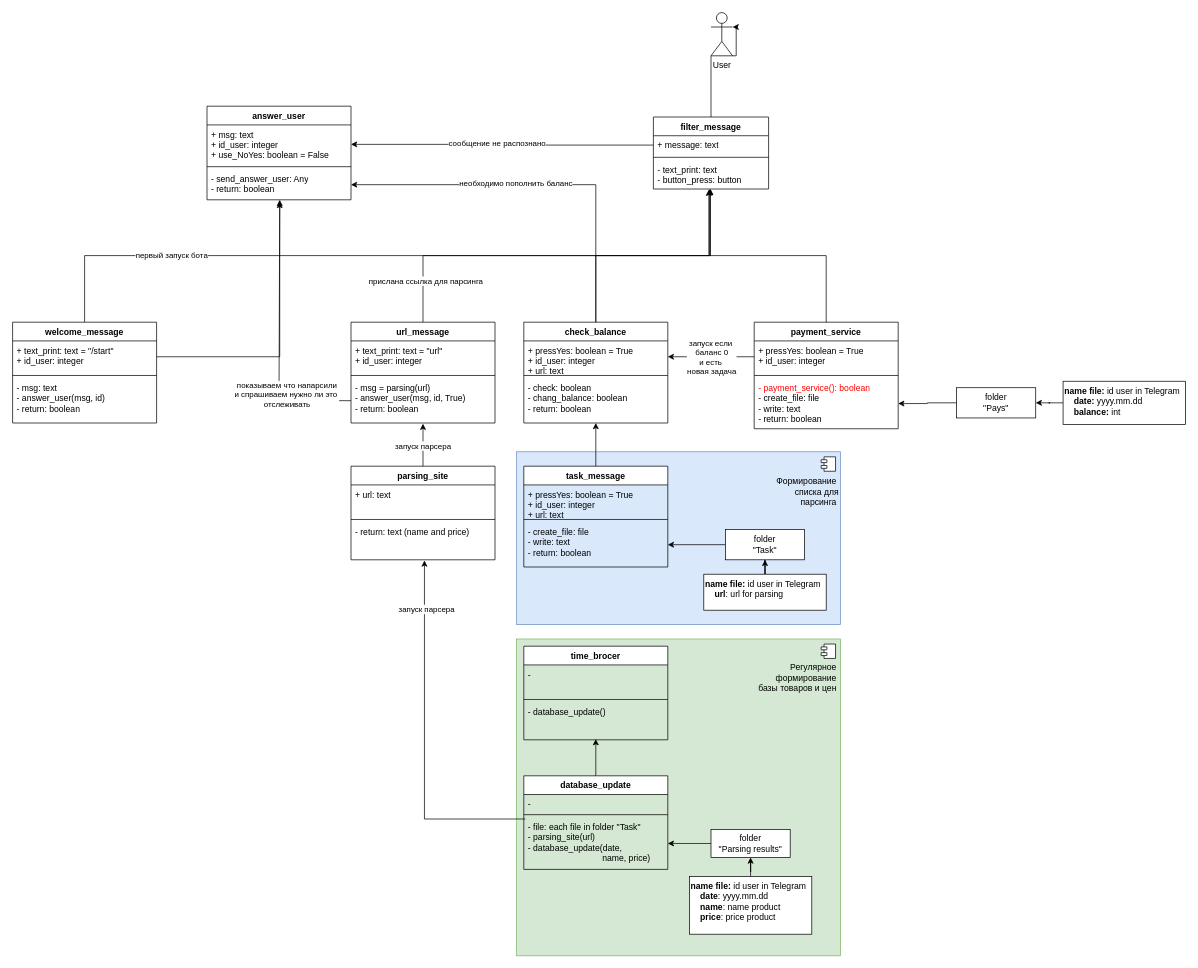
The draw.io diagram Functions for Telegram chatbot.drawio in Arnoldig/Coursemc_final_work, before the edit. Source tidied: cells renumbered, new cells numbered last; positions are measured from the earlier drawing's top-left corner, leaving out a move shared by most shapes. Both pictures are drawn from the tidied source at 72%, with x=0, y=0 at pixel (12, 12).
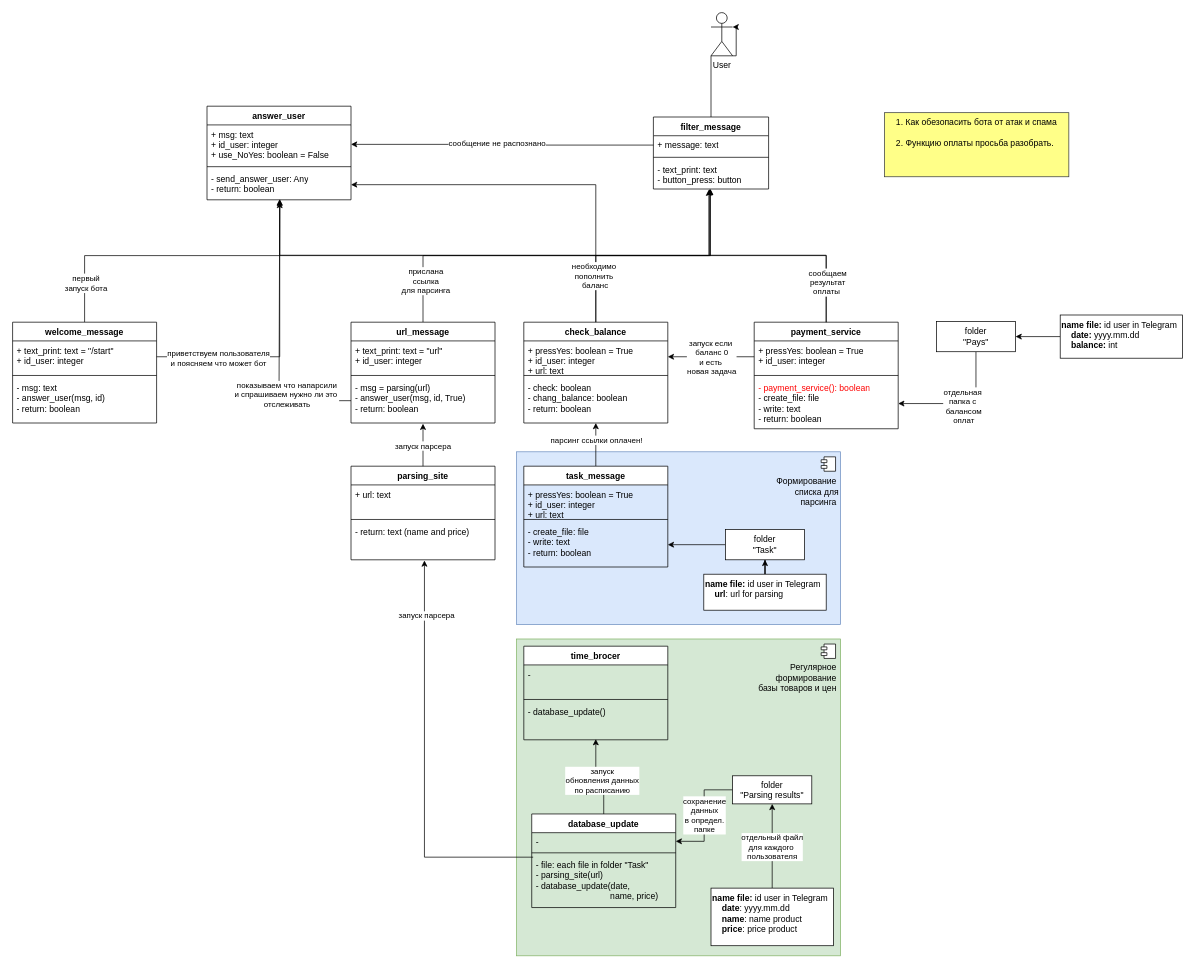
After the change.

Commit message:
Для разбора схема готова.

The change refers to these unchanged cells:
```xml
<mxCell id="11" style="edgeStyle=orthogonalEdgeStyle;rounded=0;jettySize=auto;html=1;entryX=0.494;entryY=1;entryDx=0;entryDy=0;entryPerimeter=0;" parent="1" edge="1" source="13" target="9">
  <mxGeometry relative="1" as="geometry" />
</mxCell>
<mxCell id="20" value="- send_answer_user: Any&lt;br&gt;- return: boolean" style="text;strokeColor=none;fillColor=none;align=left;verticalAlign=top;spacingLeft=4;spacingRight=4;overflow=hidden;points=[[0,0.5],[1,0.5]];portConstraint=eastwest;whiteSpace=wrap;html=1;" parent="17" vertex="1">
  <mxGeometry y="88" width="200" height="42" as="geometry" />
</mxCell>
<mxCell id="21" style="edgeStyle=orthogonalEdgeStyle;rounded=0;jettySize=auto;html=1;entryX=0.494;entryY=1;entryDx=0;entryDy=0;entryPerimeter=0;" parent="1" edge="1" source="23" target="9">
  <mxGeometry relative="1" as="geometry" />
</mxCell>
<mxCell id="31" style="edgeStyle=orthogonalEdgeStyle;rounded=0;jettySize=auto;html=1;entryX=0.5;entryY=1;entryDx=0;entryDy=0;" parent="1" edge="1" source="32" target="70">
  <mxGeometry relative="1" as="geometry" />
</mxCell>
<mxCell id="46" style="edgeStyle=orthogonalEdgeStyle;rounded=0;jettySize=auto;html=1;entryX=0.5;entryY=1;entryDx=0;entryDy=0;" parent="1" edge="1" source="47" target="45">
  <mxGeometry relative="1" as="geometry" />
</mxCell>
<mxCell id="49" value="-&amp;nbsp;" style="text;strokeColor=none;fillColor=none;align=left;verticalAlign=top;spacingLeft=4;spacingRight=4;overflow=hidden;points=[[0,0.5],[1,0.5]];portConstraint=eastwest;whiteSpace=wrap;html=1;" parent="48" vertex="1">
  <mxGeometry y="26" width="200" height="24" as="geometry" />
</mxCell>
<mxCell id="51" value="- file: each file in folder &quot;Task&quot;&amp;nbsp;&lt;br&gt;- parsing_site(url)&amp;nbsp;&lt;br&gt;- database_update(date, &lt;br&gt;&lt;span style=&quot;white-space: pre;&quot;&gt;&#9;&lt;span style=&quot;white-space: pre;&quot;&gt;&#9;&lt;span style=&quot;white-space: pre;&quot;&gt;&#9;       &lt;/span&gt;&lt;/span&gt;&lt;/span&gt;name, price)" style="text;strokeColor=none;fillColor=none;align=left;verticalAlign=top;spacingLeft=4;spacingRight=4;overflow=hidden;points=[[0,0.5],[1,0.5]];portConstraint=eastwest;whiteSpace=wrap;html=1;" parent="48" vertex="1">
  <mxGeometry y="58" width="200" height="72" as="geometry" />
</mxCell>
<mxCell id="52" style="edgeStyle=orthogonalEdgeStyle;rounded=0;jettySize=auto;html=1;entryX=0.5;entryY=0.981;entryDx=0;entryDy=0;entryPerimeter=0;" parent="1" edge="1" source="48" target="43">
  <mxGeometry relative="1" as="geometry" />
</mxCell>
<mxCell id="59" value="payment_service" style="swimlane;fontStyle=1;align=center;verticalAlign=top;horizontal=1;startSize=26;whiteSpace=wrap;html=1;" parent="1" vertex="1">
  <mxGeometry x="1030" y="430" width="200" height="148" as="geometry" />
</mxCell>
<mxCell id="65" style="edgeStyle=orthogonalEdgeStyle;rounded=0;jettySize=auto;html=1;entryX=1;entryY=0.5;entryDx=0;entryDy=0;" parent="1" edge="1" source="66" target="62">
  <mxGeometry relative="1" as="geometry" />
</mxCell>
<mxCell id="68" style="edgeStyle=orthogonalEdgeStyle;rounded=0;jettySize=auto;html=1;entryX=1;entryY=0.5;entryDx=0;entryDy=0;" parent="1" edge="1" source="70" target="20">
  <mxGeometry relative="1" as="geometry" />
</mxCell>
<mxCell id="76" style="edgeStyle=orthogonalEdgeStyle;rounded=0;jettySize=auto;html=1;entryX=0.481;entryY=1.025;entryDx=0;entryDy=0;entryPerimeter=0;" parent="1" edge="1" source="70" target="9">
  <mxGeometry relative="1" as="geometry" />
</mxCell>
<mxCell id="79" style="edgeStyle=orthogonalEdgeStyle;rounded=0;jettySize=auto;html=1;entryX=0.505;entryY=1;entryDx=0;entryDy=0;entryPerimeter=0;" parent="1" edge="1" source="14" target="20">
  <mxGeometry relative="1" as="geometry" />
</mxCell>
```

The edit, as a diff of the source:
```diff
@@
-    <mxCell id="12" value="первый запуск бота" style="edgeLabel;html=1;align=center;verticalAlign=middle;" parent="11" vertex="1">
+    <mxCell id="12" value="первый &lt;br&gt;запуск бота" style="edgeLabel;html=1;align=center;verticalAlign=middle;" parent="11" vertex="1">
       <mxGeometry x="-0.54" y="3" relative="1" as="geometry">
-        <mxPoint x="-29" y="2" as="offset" />
+        <mxPoint x="-148" y="41" as="offset" />
       </mxGeometry>
     </mxCell>
@@
-    <mxCell id="22" value="прислана ссылка для парсинга" style="edgeLabel;html=1;align=center;verticalAlign=middle;" parent="21" vertex="1">
+    <mxCell id="22" value="прислана &lt;br&gt;ссылка &lt;br&gt;для парсинга" style="edgeLabel;html=1;align=center;verticalAlign=middle;" parent="21" vertex="1">
       <mxGeometry x="-0.8" y="-3" relative="1" as="geometry" />
     </mxCell>
@@
+    <mxCell id="81" value="парсинг ссылки оплачен!" style="edgeLabel;html=1;align=center;verticalAlign=middle;" parent="31" vertex="1">
+      <mxGeometry x="0.23" relative="1" as="geometry" />
+    </mxCell>
@@
-    <mxCell id="44" style="edgeStyle=orthogonalEdgeStyle;rounded=0;jettySize=auto;html=1;entryX=1;entryY=0.5;entryDx=0;entryDy=0;" parent="1" edge="1" source="45" target="51">
+    <mxCell id="44" style="edgeStyle=orthogonalEdgeStyle;rounded=0;jettySize=auto;html=1;entryX=1;entryY=0.5;entryDx=0;entryDy=0;exitX=0;exitY=0.5;exitDx=0;exitDy=0;" parent="1" edge="1" source="45" target="49">
       <mxGeometry relative="1" as="geometry" />
     </mxCell>
+    <mxCell id="82" value="сохранение&lt;br&gt;данных&lt;br&gt;в определ.&lt;br&gt;папке" style="edgeLabel;html=1;align=center;verticalAlign=middle;" parent="44" vertex="1">
+      <mxGeometry x="-0.02" relative="1" as="geometry" />
+    </mxCell>
     <mxCell id="45" value="folder &lt;br&gt;&quot;Parsing results&quot;" style="html=1;whiteSpace=wrap;" parent="1" vertex="1">
-      <mxGeometry x="970" y="1134.5" width="110" height="39" as="geometry" />
+      <mxGeometry x="1000" y="1060" width="110" height="39" as="geometry" />
     </mxCell>
@@
+    <mxCell id="83" value="отдельный файл &lt;br&gt;для каждого&amp;nbsp;&lt;br&gt;пользователя" style="edgeLabel;html=1;align=center;verticalAlign=middle;" parent="46" vertex="1">
+      <mxGeometry x="-0.01" y="1" relative="1" as="geometry" />
+    </mxCell>
     <mxCell id="47" value="&lt;b&gt;name file:&lt;/b&gt; id user in Telegram&amp;nbsp;&amp;nbsp;&lt;br&gt;&lt;b&gt;&amp;nbsp; &amp;nbsp; date&lt;/b&gt;: yyyy.mm.dd&amp;nbsp;&lt;br&gt;&lt;b style=&quot;border-color: var(--border-color);&quot;&gt;&amp;nbsp; &amp;nbsp; name&lt;/b&gt;: name product&amp;nbsp;&lt;br&gt;&lt;b&gt;&amp;nbsp; &amp;nbsp; price&lt;/b&gt;: price product" style="html=1;whiteSpace=wrap;align=left;verticalAlign=top;" parent="1" vertex="1">
-      <mxGeometry x="940" y="1200" width="170" height="80" as="geometry" />
+      <mxGeometry x="970" y="1216" width="170" height="80" as="geometry" />
     </mxCell>
     <mxCell id="48" value="database_update" style="swimlane;fontStyle=1;align=center;verticalAlign=top;horizontal=1;startSize=26;whiteSpace=wrap;html=1;" parent="1" vertex="1">
-      <mxGeometry x="710" y="1060" width="200" height="130" as="geometry" />
+      <mxGeometry x="721" y="1113" width="200" height="130" as="geometry" />
     </mxCell>
@@
+    <mxCell id="84" value="запуск &lt;br&gt;обновления данных &lt;br&gt;по расписанию" style="edgeLabel;html=1;align=center;verticalAlign=middle;" parent="52" vertex="1">
+      <mxGeometry x="-0.18" y="3" relative="1" as="geometry" />
+    </mxCell>
@@
     <mxCell id="64" value="&lt;b&gt;name file:&lt;/b&gt; id user in Telegram&amp;nbsp;&amp;nbsp;&lt;br&gt;&amp;nbsp; &amp;nbsp; &lt;b&gt;date:&lt;/b&gt; yyyy.mm.dd&amp;nbsp;&lt;br&gt;&amp;nbsp; &amp;nbsp;&amp;nbsp;&lt;b style=&quot;border-color: var(--border-color);&quot;&gt;balance:&amp;nbsp;&lt;/b&gt;int&amp;nbsp;" style="html=1;whiteSpace=wrap;align=left;verticalAlign=top;" parent="1" vertex="1">
-      <mxGeometry x="1459" y="512" width="170" height="60" as="geometry" />
+      <mxGeometry x="1455" y="420" width="170" height="60" as="geometry" />
     </mxCell>
@@
+    <mxCell id="85" value="отдельная&amp;nbsp;&lt;br&gt;папка с&amp;nbsp;&lt;br&gt;балансом&lt;br&gt;оплат" style="edgeLabel;html=1;align=center;verticalAlign=middle;" parent="65" vertex="1">
+      <mxGeometry x="0.01" y="3" relative="1" as="geometry">
+        <mxPoint x="1" as="offset" />
+      </mxGeometry>
+    </mxCell>
     <mxCell id="66" value="folder &lt;br&gt;&quot;Pays&quot;" style="html=1;whiteSpace=wrap;" parent="1" vertex="1">
-      <mxGeometry x="1311" y="521" width="110" height="42" as="geometry" />
+      <mxGeometry x="1283" y="429" width="110" height="42" as="geometry" />
     </mxCell>
@@
-    <mxCell id="69" value="необходимо пополнить баланс" style="edgeLabel;html=1;align=center;verticalAlign=middle;" parent="68" vertex="1">
-      <mxGeometry x="0.14" y="-3" relative="1" as="geometry" />
-    </mxCell>
@@
+    <mxCell id="69" value="необходимо&amp;nbsp;&lt;br style=&quot;border-color: var(--border-color);&quot;&gt;пополнить&amp;nbsp;&lt;br style=&quot;border-color: var(--border-color);&quot;&gt;баланс" style="edgeLabel;html=1;align=center;verticalAlign=middle;" parent="76" vertex="1">
+      <mxGeometry x="-0.62" y="2" relative="1" as="geometry" />
+    </mxCell>
@@
+    <mxCell id="86" value="приветствуем пользователя&lt;br&gt;и поясняем что может бот" style="edgeLabel;html=1;align=center;verticalAlign=middle;" parent="79" vertex="1">
+      <mxGeometry x="-0.5" y="1" relative="1" as="geometry">
+        <mxPoint x="-12" y="3" as="offset" />
+      </mxGeometry>
+    </mxCell>
@@
+    <mxCell id="87" style="edgeStyle=orthogonalEdgeStyle;rounded=0;jettySize=auto;html=1;entryX=0.505;entryY=0.976;entryDx=0;entryDy=0;entryPerimeter=0;" parent="1" edge="1" source="59" target="20">
+      <mxGeometry relative="1" as="geometry">
+        <Array as="points">
+          <mxPoint x="1130" y="337" />
+          <mxPoint x="371" y="337" />
+        </Array>
+      </mxGeometry>
+    </mxCell>
+    <mxCell id="88" value="сообщаем &lt;br&gt;результат&lt;br&gt;оплаты&amp;nbsp;" style="edgeLabel;html=1;align=center;verticalAlign=middle;" parent="87" vertex="1">
+      <mxGeometry x="-0.88" y="-1" relative="1" as="geometry" />
+    </mxCell>
+    <mxCell id="89" value="&lt;div style=&quot;text-align: left;&quot;&gt;&lt;span style=&quot;text-align: center;&quot;&gt;1. Как обезопасить бота от атак и спама&lt;/span&gt;&lt;br&gt;&lt;br&gt;&lt;/div&gt;&lt;div style=&quot;text-align: left;&quot;&gt;2. Функцию оплаты просьба разобрать.&amp;nbsp;&lt;br&gt;&lt;/div&gt;" style="whiteSpace=wrap;html=1;verticalAlign=top;fillColor=#ffff88;strokeColor=#36393d;" parent="1" vertex="1">
+      <mxGeometry x="1211" y="139" width="256" height="89" as="geometry" />
+    </mxCell>
```
